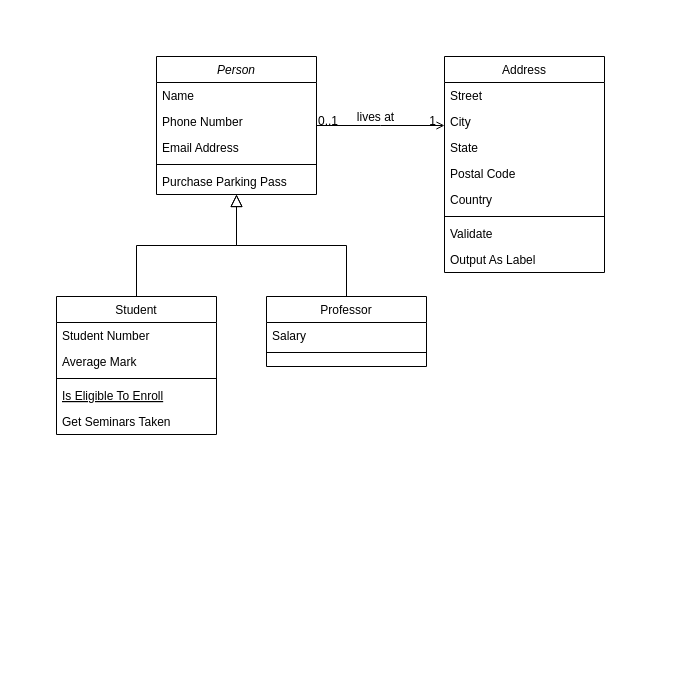
Mathias-Thomsen/DelfinenProject keeps this draw.io diagram as VirksomhedsAnalyser/Delfine Klassediagram.drawio. Above is the earlier version. Source tidied: cells renumbered, new cells numbered last; positions are measured from the earlier drawing's top-left corner, leaving out a move shared by most shapes. Both pictures are drawn from the tidied source at 100%, with x=0, y=0 at pixel (56, 56).
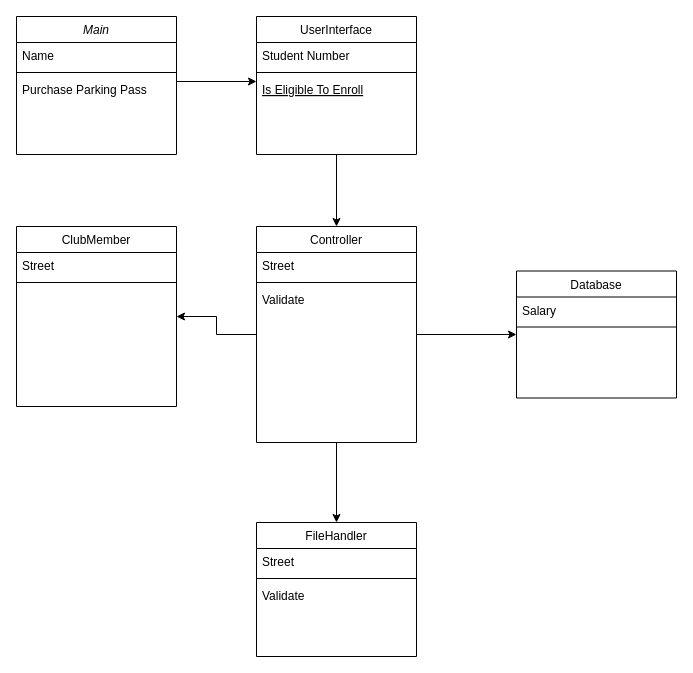
Above is the later version.

The edit, as a diff of the source:
```diff
@@
-    <mxCell id="2" value="Person" style="swimlane;fontStyle=2;align=center;verticalAlign=top;horizontal=1;startSize=26;rounded=0;shadow=0;strokeWidth=1;" parent="1" vertex="1">
-      <mxGeometry x="100" width="160" height="138" as="geometry" />
-    </mxCell>
+    <mxCell id="32" value="Main" style="swimlane;fontStyle=2;align=center;verticalAlign=top;horizontal=1;startSize=26;rounded=0;shadow=0;strokeWidth=1;" parent="1" vertex="1">
+      <mxGeometry x="-40" y="-40" width="160" height="138" as="geometry" />
+    </mxCell>
-    <mxCell id="3" value="Name" style="text;align=left;verticalAlign=top;spacingLeft=4;spacingRight=4;overflow=hidden;" parent="2" vertex="1">
+    <mxCell id="3" value="Name" style="text;align=left;verticalAlign=top;spacingLeft=4;spacingRight=4;overflow=hidden;" parent="32" vertex="1">
       <mxGeometry y="26" width="160" height="26" as="geometry" />
     </mxCell>
-    <mxCell id="4" value="Phone Number" style="text;align=left;verticalAlign=top;spacingLeft=4;spacingRight=4;overflow=hidden;rounded=0;shadow=0;html=0;" parent="2" vertex="1">
-      <mxGeometry y="52" width="160" height="26" as="geometry" />
-    </mxCell>
-    <mxCell id="5" value="Email Address" style="text;align=left;verticalAlign=top;spacingLeft=4;spacingRight=4;overflow=hidden;rounded=0;shadow=0;html=0;" parent="2" vertex="1">
-      <mxGeometry y="78" width="160" height="26" as="geometry" />
-    </mxCell>
-    <mxCell id="6" style="line;html=1;strokeWidth=1;align=left;verticalAlign=middle;spacingTop=-1;spacingLeft=3;spacingRight=3;labelPosition=right;" parent="2" vertex="1">
-      <mxGeometry y="104" width="160" height="8" as="geometry" />
-    </mxCell>
+    <mxCell id="33" style="line;html=1;strokeWidth=1;align=left;verticalAlign=middle;spacingTop=-1;spacingLeft=3;spacingRight=3;labelPosition=right;" parent="32" vertex="1">
+      <mxGeometry y="52" width="160" height="8" as="geometry" />
+    </mxCell>
-    <mxCell id="7" value="Purchase Parking Pass" style="text;align=left;verticalAlign=top;spacingLeft=4;spacingRight=4;overflow=hidden;" parent="2" vertex="1">
-      <mxGeometry y="112" width="160" height="26" as="geometry" />
+    <mxCell id="7" value="Purchase Parking Pass" style="text;align=left;verticalAlign=top;spacingLeft=4;spacingRight=4;overflow=hidden;" parent="32" vertex="1">
+      <mxGeometry y="60" width="160" height="26" as="geometry" />
     </mxCell>
-    <mxCell id="8" value="Student" style="swimlane;fontStyle=0;align=center;verticalAlign=top;horizontal=1;startSize=26;rounded=0;shadow=0;strokeWidth=1;" parent="1" vertex="1">
-      <mxGeometry y="240" width="160" height="138" as="geometry" />
-    </mxCell>
+    <mxCell id="34" style="edgeStyle=orthogonalEdgeStyle;rounded=0;jettySize=auto;html=1;entryX=0.5;entryY=0;entryDx=0;entryDy=0;" parent="1" edge="1" source="35" target="42">
+      <mxGeometry relative="1" as="geometry" />
+    </mxCell>
+    <mxCell id="35" value="UserInterface" style="swimlane;fontStyle=0;align=center;verticalAlign=top;horizontal=1;startSize=26;rounded=0;shadow=0;strokeWidth=1;" parent="1" vertex="1">
+      <mxGeometry x="200" y="-40" width="160" height="138" as="geometry" />
+    </mxCell>
-    <mxCell id="9" value="Student Number" style="text;align=left;verticalAlign=top;spacingLeft=4;spacingRight=4;overflow=hidden;" parent="8" vertex="1">
+    <mxCell id="9" value="Student Number" style="text;align=left;verticalAlign=top;spacingLeft=4;spacingRight=4;overflow=hidden;" parent="35" vertex="1">
       <mxGeometry y="26" width="160" height="26" as="geometry" />
     </mxCell>
-    <mxCell id="10" value="Average Mark" style="text;align=left;verticalAlign=top;spacingLeft=4;spacingRight=4;overflow=hidden;rounded=0;shadow=0;html=0;" parent="8" vertex="1">
-      <mxGeometry y="52" width="160" height="26" as="geometry" />
-    </mxCell>
-    <mxCell id="11" style="line;html=1;strokeWidth=1;align=left;verticalAlign=middle;spacingTop=-1;spacingLeft=3;spacingRight=3;labelPosition=right;" parent="8" vertex="1">
-      <mxGeometry y="78" width="160" height="8" as="geometry" />
-    </mxCell>
+    <mxCell id="36" style="line;html=1;strokeWidth=1;align=left;verticalAlign=middle;spacingTop=-1;spacingLeft=3;spacingRight=3;labelPosition=right;" parent="35" vertex="1">
+      <mxGeometry y="52" width="160" height="8" as="geometry" />
+    </mxCell>
-    <mxCell id="12" value="Is Eligible To Enroll" style="text;align=left;verticalAlign=top;spacingLeft=4;spacingRight=4;overflow=hidden;fontStyle=4;" parent="8" vertex="1">
-      <mxGeometry y="86" width="160" height="26" as="geometry" />
+    <mxCell id="12" value="Is Eligible To Enroll" style="text;align=left;verticalAlign=top;spacingLeft=4;spacingRight=4;overflow=hidden;fontStyle=4;" parent="35" vertex="1">
+      <mxGeometry y="60" width="160" height="26" as="geometry" />
     </mxCell>
-    <mxCell id="13" value="Get Seminars Taken" style="text;align=left;verticalAlign=top;spacingLeft=4;spacingRight=4;overflow=hidden;" parent="8" vertex="1">
-      <mxGeometry y="112" width="160" height="26" as="geometry" />
-    </mxCell>
-    <mxCell id="14" style="endArrow=block;endSize=10;endFill=0;shadow=0;strokeWidth=1;rounded=0;edgeStyle=elbowEdgeStyle;elbow=vertical;" parent="1" edge="1" source="8" target="2">
-      <mxGeometry relative="1" as="geometry" />
-    </mxCell>
-    <mxCell id="15" value="Professor" style="swimlane;fontStyle=0;align=center;verticalAlign=top;horizontal=1;startSize=26;rounded=0;shadow=0;strokeWidth=1;" parent="1" vertex="1">
-      <mxGeometry x="210" y="240" width="160" height="70" as="geometry" />
-    </mxCell>
+    <mxCell id="37" value="Database" style="swimlane;fontStyle=0;align=center;verticalAlign=top;horizontal=1;startSize=26;rounded=0;shadow=0;strokeWidth=1;" parent="1" vertex="1">
+      <mxGeometry x="460" y="214.5" width="160" height="127" as="geometry" />
+    </mxCell>
-    <mxCell id="16" value="Salary" style="text;align=left;verticalAlign=top;spacingLeft=4;spacingRight=4;overflow=hidden;" parent="15" vertex="1">
+    <mxCell id="16" value="Salary" style="text;align=left;verticalAlign=top;spacingLeft=4;spacingRight=4;overflow=hidden;" parent="37" vertex="1">
       <mxGeometry y="26" width="160" height="26" as="geometry" />
     </mxCell>
-    <mxCell id="17" style="line;html=1;strokeWidth=1;align=left;verticalAlign=middle;spacingTop=-1;spacingLeft=3;spacingRight=3;labelPosition=right;" parent="15" vertex="1">
-      <mxGeometry y="52" width="160" height="8" as="geometry" />
-    </mxCell>
-    <mxCell id="18" style="endArrow=block;endSize=10;endFill=0;shadow=0;strokeWidth=1;rounded=0;edgeStyle=elbowEdgeStyle;elbow=vertical;" parent="1" edge="1" source="15" target="2">
-      <mxGeometry relative="1" as="geometry" />
-    </mxCell>
-    <mxCell id="19" value="Address" style="swimlane;fontStyle=0;align=center;verticalAlign=top;horizontal=1;startSize=26;rounded=0;shadow=0;strokeWidth=1;" parent="1" vertex="1">
-      <mxGeometry x="388" width="160" height="216" as="geometry" />
-    </mxCell>
-    <mxCell id="20" value="Street" style="text;align=left;verticalAlign=top;spacingLeft=4;spacingRight=4;overflow=hidden;" parent="19" vertex="1">
-      <mxGeometry y="26" width="160" height="26" as="geometry" />
-    </mxCell>
-    <mxCell id="21" value="City" style="text;align=left;verticalAlign=top;spacingLeft=4;spacingRight=4;overflow=hidden;rounded=0;shadow=0;html=0;" parent="19" vertex="1">
-      <mxGeometry y="52" width="160" height="26" as="geometry" />
-    </mxCell>
-    <mxCell id="22" value="State" style="text;align=left;verticalAlign=top;spacingLeft=4;spacingRight=4;overflow=hidden;rounded=0;shadow=0;html=0;" parent="19" vertex="1">
-      <mxGeometry y="78" width="160" height="26" as="geometry" />
-    </mxCell>
-    <mxCell id="23" value="Postal Code" style="text;align=left;verticalAlign=top;spacingLeft=4;spacingRight=4;overflow=hidden;rounded=0;shadow=0;html=0;" parent="19" vertex="1">
-      <mxGeometry y="104" width="160" height="26" as="geometry" />
-    </mxCell>
-    <mxCell id="24" value="Country" style="text;align=left;verticalAlign=top;spacingLeft=4;spacingRight=4;overflow=hidden;rounded=0;shadow=0;html=0;" parent="19" vertex="1">
-      <mxGeometry y="130" width="160" height="26" as="geometry" />
-    </mxCell>
-    <mxCell id="25" style="line;html=1;strokeWidth=1;align=left;verticalAlign=middle;spacingTop=-1;spacingLeft=3;spacingRight=3;labelPosition=right;" parent="19" vertex="1">
-      <mxGeometry y="156" width="160" height="8" as="geometry" />
-    </mxCell>
-    <mxCell id="26" value="Validate" style="text;align=left;verticalAlign=top;spacingLeft=4;spacingRight=4;overflow=hidden;" parent="19" vertex="1">
-      <mxGeometry y="164" width="160" height="26" as="geometry" />
-    </mxCell>
-    <mxCell id="27" value="Output As Label" style="text;align=left;verticalAlign=top;spacingLeft=4;spacingRight=4;overflow=hidden;" parent="19" vertex="1">
-      <mxGeometry y="190" width="160" height="26" as="geometry" />
-    </mxCell>
-    <mxCell id="28" style="endArrow=open;shadow=0;strokeWidth=1;rounded=0;endFill=1;edgeStyle=elbowEdgeStyle;elbow=vertical;" parent="1" edge="1" source="2" target="19">
-      <mxGeometry x="0.5" y="41" relative="1" as="geometry">
-        <mxPoint x="-40" y="32" as="offset" />
-      </mxGeometry>
-    </mxCell>
-    <mxCell id="29" value="0..1" style="align=left;verticalAlign=bottom;labelBackgroundColor=none;fontSize=12;" parent="28" vertex="1">
-      <mxGeometry x="-1" relative="1" as="geometry">
-        <mxPoint y="4" as="offset" />
-      </mxGeometry>
-    </mxCell>
-    <mxCell id="30" value="1" style="align=right;verticalAlign=bottom;labelBackgroundColor=none;fontSize=12;" parent="28" vertex="1">
-      <mxGeometry x="1" relative="1" as="geometry">
-        <mxPoint x="-7" y="4" as="offset" />
-      </mxGeometry>
-    </mxCell>
-    <mxCell id="31" value="lives at" style="text;html=1;align=center;verticalAlign=middle;labelBackgroundColor=none;rounded=0;shadow=0;strokeWidth=1;fontSize=12;" parent="28" vertex="1">
-      <mxGeometry x="0.5" y="49" relative="1" as="geometry">
-        <mxPoint x="-38" y="40" as="offset" />
-      </mxGeometry>
-    </mxCell>
+    <mxCell id="38" style="line;html=1;strokeWidth=1;align=left;verticalAlign=middle;spacingTop=-1;spacingLeft=3;spacingRight=3;labelPosition=right;" parent="37" vertex="1">
+      <mxGeometry y="52" width="160" height="8" as="geometry" />
+    </mxCell>
+    <mxCell id="39" style="edgeStyle=orthogonalEdgeStyle;rounded=0;jettySize=auto;html=1;" parent="1" edge="1" source="42" target="47">
+      <mxGeometry relative="1" as="geometry" />
+    </mxCell>
+    <mxCell id="40" style="edgeStyle=orthogonalEdgeStyle;rounded=0;jettySize=auto;html=1;" parent="1" edge="1" source="42" target="50">
+      <mxGeometry relative="1" as="geometry" />
+    </mxCell>
+    <mxCell id="41" style="edgeStyle=orthogonalEdgeStyle;rounded=0;jettySize=auto;html=1;entryX=0;entryY=0.5;entryDx=0;entryDy=0;" parent="1" edge="1" source="42" target="37">
+      <mxGeometry relative="1" as="geometry" />
+    </mxCell>
+    <mxCell id="42" value="Controller" style="swimlane;fontStyle=0;align=center;verticalAlign=top;horizontal=1;startSize=26;rounded=0;shadow=0;strokeWidth=1;" parent="1" vertex="1">
+      <mxGeometry x="200" y="170" width="160" height="216" as="geometry" />
+    </mxCell>
+    <mxCell id="43" value="Street" style="text;align=left;verticalAlign=top;spacingLeft=4;spacingRight=4;overflow=hidden;" parent="42" vertex="1">
+      <mxGeometry y="26" width="160" height="26" as="geometry" />
+    </mxCell>
+    <mxCell id="44" style="line;html=1;strokeWidth=1;align=left;verticalAlign=middle;spacingTop=-1;spacingLeft=3;spacingRight=3;labelPosition=right;" parent="42" vertex="1">
+      <mxGeometry y="52" width="160" height="8" as="geometry" />
+    </mxCell>
+    <mxCell id="45" value="Validate" style="text;align=left;verticalAlign=top;spacingLeft=4;spacingRight=4;overflow=hidden;" parent="42" vertex="1">
+      <mxGeometry y="60" width="160" height="26" as="geometry" />
+    </mxCell>
+    <mxCell id="46" style="edgeStyle=orthogonalEdgeStyle;rounded=0;orthogonalLoop=1;jettySize=auto;html=1;entryX=0;entryY=0.5;entryDx=0;entryDy=0;" parent="1" edge="1">
+      <mxGeometry relative="1" as="geometry">
+        <mxPoint x="120" y="25" as="sourcePoint" />
+        <mxPoint x="200" y="25" as="targetPoint" />
+      </mxGeometry>
+    </mxCell>
+    <mxCell id="47" value="ClubMember" style="swimlane;fontStyle=0;align=center;verticalAlign=top;horizontal=1;startSize=26;rounded=0;shadow=0;strokeWidth=1;" parent="1" vertex="1">
+      <mxGeometry x="-40" y="170" width="160" height="180" as="geometry" />
+    </mxCell>
+    <mxCell id="48" value="Street" style="text;align=left;verticalAlign=top;spacingLeft=4;spacingRight=4;overflow=hidden;" parent="47" vertex="1">
+      <mxGeometry y="26" width="160" height="26" as="geometry" />
+    </mxCell>
+    <mxCell id="49" style="line;html=1;strokeWidth=1;align=left;verticalAlign=middle;spacingTop=-1;spacingLeft=3;spacingRight=3;labelPosition=right;" parent="47" vertex="1">
+      <mxGeometry y="52" width="160" height="8" as="geometry" />
+    </mxCell>
+    <mxCell id="50" value="FileHandler" style="swimlane;fontStyle=0;align=center;verticalAlign=top;horizontal=1;startSize=26;rounded=0;shadow=0;strokeWidth=1;" parent="1" vertex="1">
+      <mxGeometry x="200" y="466" width="160" height="134" as="geometry" />
+    </mxCell>
+    <mxCell id="51" value="Street" style="text;align=left;verticalAlign=top;spacingLeft=4;spacingRight=4;overflow=hidden;" parent="50" vertex="1">
+      <mxGeometry y="26" width="160" height="26" as="geometry" />
+    </mxCell>
+    <mxCell id="52" style="line;html=1;strokeWidth=1;align=left;verticalAlign=middle;spacingTop=-1;spacingLeft=3;spacingRight=3;labelPosition=right;" parent="50" vertex="1">
+      <mxGeometry y="52" width="160" height="8" as="geometry" />
+    </mxCell>
+    <mxCell id="53" value="Validate" style="text;align=left;verticalAlign=top;spacingLeft=4;spacingRight=4;overflow=hidden;" parent="50" vertex="1">
+      <mxGeometry y="60" width="160" height="26" as="geometry" />
+    </mxCell>
```
